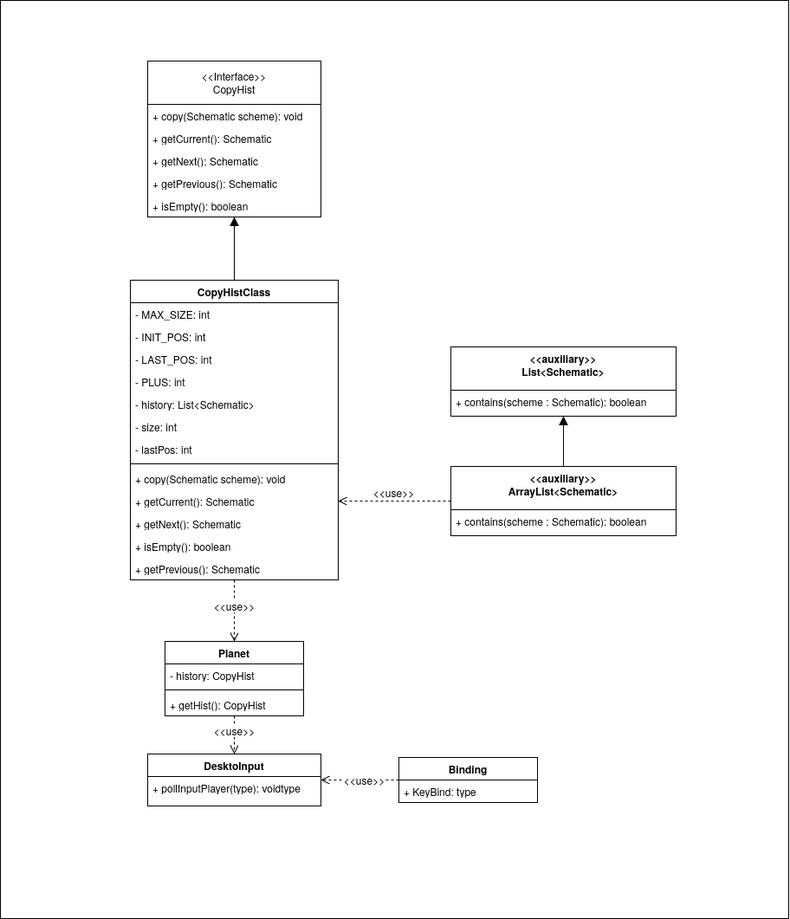
Earlier version of the draw.io export SE202526/Milestone3/UserStory4/Assets/ClassDiagram.png (gabits17/Mindustry-Add-ons-SE-Project). Source tidied: cells renumbered, new cells last; positions are measured from the earlier drawing's top-left corner, leaving out a move shared by most shapes.
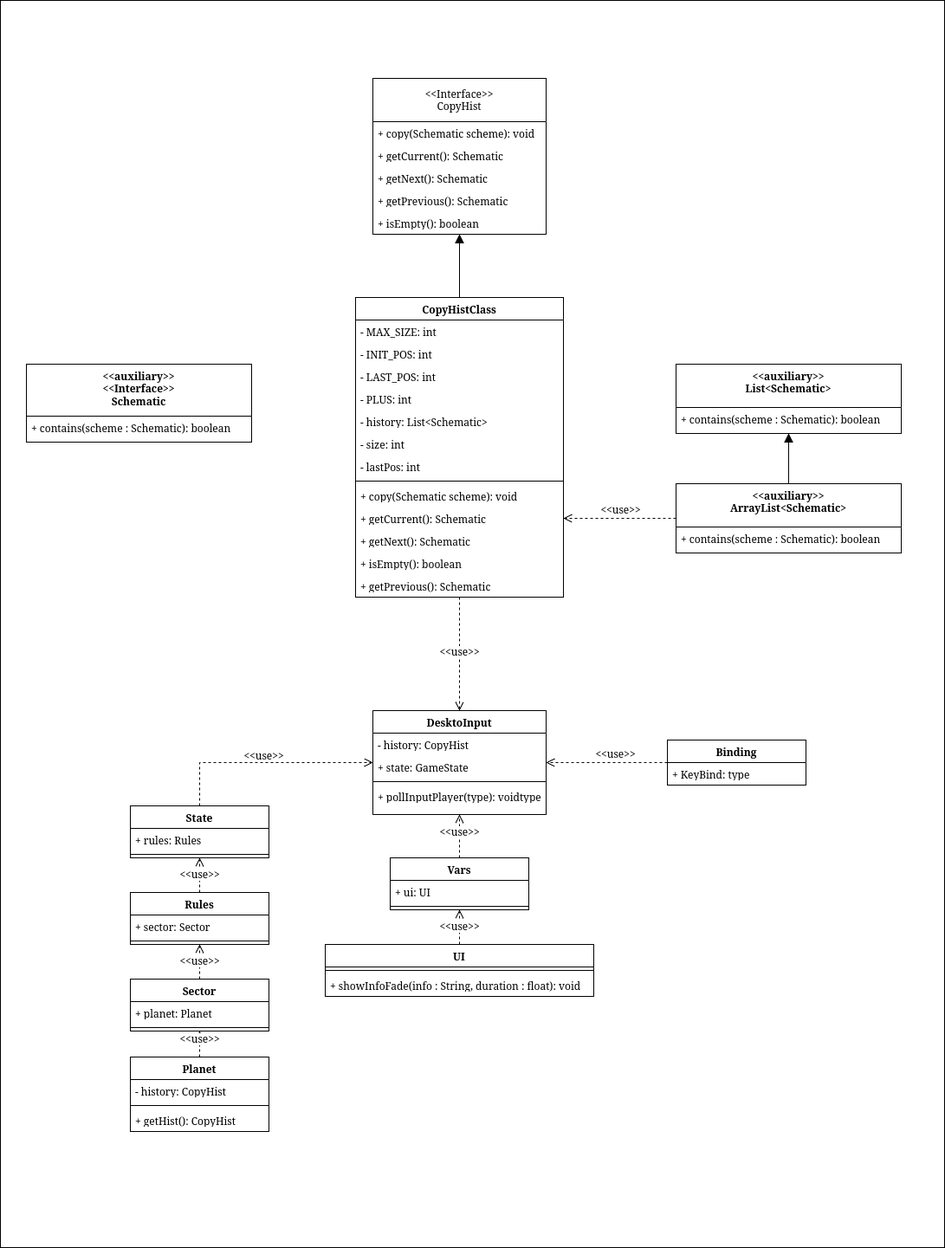
Above is the later version.

Commit message:
keeps working on Class Diagram for US4

The edit, as a diff of the source:
```diff
@@ -2,9 +2,9 @@
   <root>
     <mxCell id="0" />
     <mxCell id="1" parent="0" />
-    <mxCell id="2" style="rounded=0;whiteSpace=wrap;html=1;" parent="1" vertex="1">
-      <mxGeometry width="910" height="1060" as="geometry" />
-    </mxCell>
+    <mxCell id="41" style="rounded=0;whiteSpace=wrap;html=1;" parent="1" vertex="1">
+      <mxGeometry x="-260" y="-20" width="1090" height="1440" as="geometry" />
+    </mxCell>
     <mxCell id="3" value="&amp;lt;&amp;lt;Interface&amp;gt;&amp;gt;&lt;div&gt;CopyHist&lt;/div&gt;" style="swimlane;fontStyle=0;horizontal=1;startSize=50;fillColor=none;whiteSpace=wrap;html=1;" parent="1" vertex="1">
       <mxGeometry x="170" y="70" width="200" height="180" as="geometry" />
     </mxCell>
@@ -66,25 +66,34 @@
       <mxGeometry y="320" width="240" height="26" as="geometry" />
     </mxCell>
     <mxCell id="23" value="Planet" style="swimlane;fontStyle=1;align=center;verticalAlign=top;horizontal=1;startSize=26;whiteSpace=wrap;html=1;" parent="1" vertex="1">
-      <mxGeometry x="190" y="740" width="160" height="86" as="geometry" />
+      <mxGeometry x="-110" y="1200" width="160" height="86" as="geometry" />
     </mxCell>
     <mxCell id="24" value="- history: CopyHist" style="text;strokeColor=none;fillColor=none;align=left;verticalAlign=top;spacingLeft=4;spacingRight=4;overflow=hidden;whiteSpace=wrap;html=1;" parent="23" vertex="1">
       <mxGeometry y="26" width="160" height="26" as="geometry" />
     </mxCell>
-    <mxCell id="25" style="line;strokeWidth=1;fillColor=none;align=left;verticalAlign=middle;spacingTop=-1;spacingLeft=3;spacingRight=3;labelPosition=right;strokeColor=inherit;" parent="23" vertex="1">
-      <mxGeometry y="52" width="160" height="8" as="geometry" />
-    </mxCell>
+    <mxCell id="42" style="line;strokeWidth=1;fillColor=none;align=left;verticalAlign=middle;spacingTop=-1;spacingLeft=3;spacingRight=3;labelPosition=right;strokeColor=inherit;" parent="23" vertex="1">
+      <mxGeometry y="52" width="160" height="8" as="geometry" />
+    </mxCell>
     <mxCell id="26" value="+ getHist(): CopyHist" style="text;strokeColor=none;fillColor=none;align=left;verticalAlign=top;spacingLeft=4;spacingRight=4;overflow=hidden;whiteSpace=wrap;html=1;" parent="23" vertex="1">
       <mxGeometry y="60" width="160" height="26" as="geometry" />
     </mxCell>
     <mxCell id="27" value="DesktoInput" style="swimlane;fontStyle=1;align=center;verticalAlign=top;horizontal=1;startSize=26;whiteSpace=wrap;html=1;" parent="1" vertex="1">
-      <mxGeometry x="170" y="870" width="200" height="60" as="geometry" />
+      <mxGeometry x="170" y="800" width="200" height="120" as="geometry" />
     </mxCell>
+    <mxCell id="43" value="- history: CopyHist" style="text;strokeColor=none;fillColor=none;align=left;verticalAlign=top;spacingLeft=4;spacingRight=4;overflow=hidden;whiteSpace=wrap;html=1;" parent="27" vertex="1">
+      <mxGeometry y="26" width="200" height="26" as="geometry" />
+    </mxCell>
+    <mxCell id="44" value="+ state: GameState" style="text;strokeColor=none;fillColor=none;align=left;verticalAlign=top;spacingLeft=4;spacingRight=4;overflow=hidden;whiteSpace=wrap;html=1;" parent="27" vertex="1">
+      <mxGeometry y="52" width="200" height="26" as="geometry" />
+    </mxCell>
+    <mxCell id="45" style="line;strokeWidth=1;fillColor=none;align=left;verticalAlign=middle;spacingTop=-1;spacingLeft=3;spacingRight=3;labelPosition=right;strokeColor=inherit;" parent="27" vertex="1">
+      <mxGeometry y="78" width="200" height="8" as="geometry" />
+    </mxCell>
     <mxCell id="28" value="+ pollInputPlayer(type): voidtype" style="text;strokeColor=none;fillColor=none;align=left;verticalAlign=top;spacingLeft=4;spacingRight=4;overflow=hidden;whiteSpace=wrap;html=1;" parent="27" vertex="1">
-      <mxGeometry y="26" width="200" height="34" as="geometry" />
+      <mxGeometry y="86" width="200" height="34" as="geometry" />
     </mxCell>
     <mxCell id="29" value="Binding" style="swimlane;fontStyle=1;align=center;verticalAlign=top;horizontal=1;startSize=26;whiteSpace=wrap;html=1;" parent="1" vertex="1">
-      <mxGeometry x="460" y="874" width="160" height="52" as="geometry" />
+      <mxGeometry x="510" y="834" width="160" height="52" as="geometry" />
     </mxCell>
     <mxCell id="30" value="+ KeyBind: type" style="text;strokeColor=none;fillColor=none;align=left;verticalAlign=top;spacingLeft=4;spacingRight=4;overflow=hidden;whiteSpace=wrap;html=1;" parent="29" vertex="1">
       <mxGeometry y="26" width="160" height="26" as="geometry" />
@@ -97,35 +106,105 @@
     <mxCell id="32" value="&lt;div&gt;&amp;lt;&amp;lt;auxiliary&amp;gt;&amp;gt;&lt;/div&gt;&lt;div&gt;ArrayList&amp;lt;Schematic&amp;gt;&lt;/div&gt;" style="swimlane;fontStyle=1;align=center;verticalAlign=top;horizontal=1;startSize=50;whiteSpace=wrap;html=1;" parent="1" vertex="1">
       <mxGeometry x="520" y="538" width="260" height="80" as="geometry" />
     </mxCell>
-    <mxCell id="33" value="+ contains(scheme : Schematic): boolean" style="text;strokeColor=none;fillColor=none;align=left;verticalAlign=top;spacingLeft=4;spacingRight=4;overflow=hidden;whiteSpace=wrap;html=1;" parent="32" vertex="1">
-      <mxGeometry y="50" width="260" height="30" as="geometry" />
-    </mxCell>
+    <mxCell id="46" value="+ contains(scheme : Schematic): boolean" style="text;strokeColor=none;fillColor=none;align=left;verticalAlign=top;spacingLeft=4;spacingRight=4;overflow=hidden;whiteSpace=wrap;html=1;" parent="32" vertex="1">
+      <mxGeometry y="50" width="260" height="30" as="geometry" />
+    </mxCell>
     <mxCell id="34" value="&amp;lt;&amp;lt;use&amp;gt;&amp;gt;" style="html=1;verticalAlign=bottom;endArrow=open;dashed=1;endSize=8;curved=0;rounded=0;fontSize=12;entryX=1;entryY=0.5;entryDx=0;entryDy=0;exitX=0;exitY=0.5;exitDx=0;exitDy=0;" parent="1" edge="1" source="32" target="19">
       <mxGeometry relative="1" as="geometry" />
     </mxCell>
-    <mxCell id="35" value="&amp;lt;&amp;lt;use&amp;gt;&amp;gt;" style="html=1;verticalAlign=bottom;endArrow=open;dashed=1;endSize=8;curved=0;rounded=0;fontSize=12;exitX=0.5;exitY=1;exitDx=0;exitDy=0;entryX=0.5;entryY=0;entryDx=0;entryDy=0;" parent="1" edge="1" source="9" target="23">
+    <mxCell id="35" value="&amp;lt;&amp;lt;use&amp;gt;&amp;gt;" style="html=1;verticalAlign=bottom;endArrow=open;dashed=1;endSize=8;curved=0;rounded=0;fontSize=12;exitX=0.5;exitY=1;exitDx=0;exitDy=0;entryX=0.5;entryY=0;entryDx=0;entryDy=0;" parent="1" edge="1" source="9" target="27">
       <mxGeometry x="0.11" relative="1" as="geometry">
         <Array as="points">
           <mxPoint x="270" y="680" />
         </Array>
       </mxGeometry>
     </mxCell>
-    <mxCell id="36" value="&amp;lt;&amp;lt;use&amp;gt;&amp;gt;" style="html=1;verticalAlign=bottom;endArrow=open;dashed=1;endSize=8;curved=0;rounded=0;fontSize=12;entryX=0.5;entryY=0;entryDx=0;entryDy=0;exitX=0.5;exitY=1;exitDx=0;exitDy=0;" parent="1" edge="1" source="23" target="27">
-      <mxGeometry x="0.26" relative="1" as="geometry" />
-    </mxCell>
+    <mxCell id="47" value="&amp;lt;&amp;lt;use&amp;gt;&amp;gt;" style="html=1;verticalAlign=bottom;endArrow=open;dashed=1;endSize=8;curved=0;rounded=0;fontSize=12;entryX=0.5;entryY=1;entryDx=0;entryDy=0;exitX=0.5;exitY=0;exitDx=0;exitDy=0;" parent="1" edge="1" source="23" target="52">
+      <mxGeometry x="-0.33" relative="1" as="geometry" />
+    </mxCell>
     <mxCell id="37" value="&amp;lt;&amp;lt;use&amp;gt;&amp;gt;" style="html=1;verticalAlign=bottom;endArrow=open;dashed=1;endSize=8;curved=0;rounded=0;fontSize=12;entryX=1;entryY=0.5;entryDx=0;entryDy=0;exitX=0;exitY=0.5;exitDx=0;exitDy=0;" parent="1" edge="1" source="29" target="27">
-      <mxGeometry x="-0.11" y="10" relative="1" as="geometry" />
+      <mxGeometry x="-0.14" relative="1" as="geometry" />
     </mxCell>
     <mxCell id="38" value="&lt;div&gt;&amp;lt;&amp;lt;auxiliary&amp;gt;&amp;gt;&lt;/div&gt;&lt;div&gt;List&amp;lt;Schematic&amp;gt;&lt;/div&gt;" style="swimlane;fontStyle=1;align=center;verticalAlign=top;horizontal=1;startSize=50;whiteSpace=wrap;html=1;" parent="1" vertex="1">
       <mxGeometry x="520" y="400" width="260" height="80" as="geometry" />
     </mxCell>
-    <mxCell id="39" value="+ contains(scheme : Schematic): boolean" style="text;strokeColor=none;fillColor=none;align=left;verticalAlign=top;spacingLeft=4;spacingRight=4;overflow=hidden;whiteSpace=wrap;html=1;" parent="38" vertex="1">
-      <mxGeometry y="50" width="260" height="30" as="geometry" />
-    </mxCell>
+    <mxCell id="48" value="+ contains(scheme : Schematic): boolean" style="text;strokeColor=none;fillColor=none;align=left;verticalAlign=top;spacingLeft=4;spacingRight=4;overflow=hidden;whiteSpace=wrap;html=1;" parent="38" vertex="1">
+      <mxGeometry y="50" width="260" height="30" as="geometry" />
+    </mxCell>
     <mxCell id="40" style="endArrow=block;endFill=1;html=1;edgeStyle=orthogonalEdgeStyle;align=left;verticalAlign=top;rounded=0;fontSize=12;startSize=8;endSize=8;curved=1;exitX=0.5;exitY=0;exitDx=0;exitDy=0;entryX=0.5;entryY=1;entryDx=0;entryDy=0;" parent="1" edge="1" source="32" target="38">
       <mxGeometry x="-1" y="-112" relative="1" as="geometry">
         <mxPoint x="-50" y="-12" as="offset" />
       </mxGeometry>
     </mxCell>
+    <mxCell id="49" value="State" style="swimlane;fontStyle=1;align=center;verticalAlign=top;horizontal=1;startSize=26;whiteSpace=wrap;html=1;" parent="1" vertex="1">
+      <mxGeometry x="-110" y="910" width="160" height="60" as="geometry" />
+    </mxCell>
+    <mxCell id="50" value="+ rules: Rules" style="text;strokeColor=none;fillColor=none;align=left;verticalAlign=top;spacingLeft=4;spacingRight=4;overflow=hidden;whiteSpace=wrap;html=1;" parent="49" vertex="1">
+      <mxGeometry y="26" width="160" height="26" as="geometry" />
+    </mxCell>
+    <mxCell id="51" style="line;strokeWidth=1;fillColor=none;align=left;verticalAlign=middle;spacingTop=-1;spacingLeft=3;spacingRight=3;labelPosition=right;strokeColor=inherit;" parent="49" vertex="1">
+      <mxGeometry y="52" width="160" height="8" as="geometry" />
+    </mxCell>
+    <mxCell id="52" value="Sector" style="swimlane;fontStyle=1;align=center;verticalAlign=top;horizontal=1;startSize=26;whiteSpace=wrap;html=1;" parent="1" vertex="1">
+      <mxGeometry x="-110" y="1110" width="160" height="60" as="geometry" />
+    </mxCell>
+    <mxCell id="53" value="+ planet: Planet" style="text;strokeColor=none;fillColor=none;align=left;verticalAlign=top;spacingLeft=4;spacingRight=4;overflow=hidden;whiteSpace=wrap;html=1;" parent="52" vertex="1">
+      <mxGeometry y="26" width="160" height="26" as="geometry" />
+    </mxCell>
+    <mxCell id="54" style="line;strokeWidth=1;fillColor=none;align=left;verticalAlign=middle;spacingTop=-1;spacingLeft=3;spacingRight=3;labelPosition=right;strokeColor=inherit;" parent="52" vertex="1">
+      <mxGeometry y="52" width="160" height="8" as="geometry" />
+    </mxCell>
+    <mxCell id="55" value="&lt;div&gt;&amp;lt;&amp;lt;auxiliary&amp;gt;&amp;gt;&lt;/div&gt;&lt;div&gt;&amp;lt;&amp;lt;Interface&amp;gt;&amp;gt;&lt;/div&gt;&lt;div&gt;Schematic&lt;/div&gt;" style="swimlane;fontStyle=1;align=center;verticalAlign=top;horizontal=1;startSize=60;whiteSpace=wrap;html=1;" parent="1" vertex="1">
+      <mxGeometry x="-230" y="400" width="260" height="90" as="geometry" />
+    </mxCell>
+    <mxCell id="56" value="+ contains(scheme : Schematic): boolean" style="text;strokeColor=none;fillColor=none;align=left;verticalAlign=top;spacingLeft=4;spacingRight=4;overflow=hidden;whiteSpace=wrap;html=1;" parent="55" vertex="1">
+      <mxGeometry y="60" width="260" height="30" as="geometry" />
+    </mxCell>
+    <mxCell id="57" value="Vars" style="swimlane;fontStyle=1;align=center;verticalAlign=top;horizontal=1;startSize=26;whiteSpace=wrap;html=1;" parent="1" vertex="1">
+      <mxGeometry x="190" y="970" width="160" height="60" as="geometry" />
+    </mxCell>
+    <mxCell id="58" value="+ ui: UI" style="text;strokeColor=none;fillColor=none;align=left;verticalAlign=top;spacingLeft=4;spacingRight=4;overflow=hidden;whiteSpace=wrap;html=1;" parent="57" vertex="1">
+      <mxGeometry y="26" width="160" height="26" as="geometry" />
+    </mxCell>
+    <mxCell id="59" style="line;strokeWidth=1;fillColor=none;align=left;verticalAlign=middle;spacingTop=-1;spacingLeft=3;spacingRight=3;labelPosition=right;strokeColor=inherit;" parent="57" vertex="1">
+      <mxGeometry y="52" width="160" height="8" as="geometry" />
+    </mxCell>
+    <mxCell id="60" value="UI" style="swimlane;fontStyle=1;align=center;verticalAlign=top;horizontal=1;startSize=26;whiteSpace=wrap;html=1;" parent="1" vertex="1">
+      <mxGeometry x="115" y="1070" width="310" height="60" as="geometry" />
+    </mxCell>
+    <mxCell id="61" style="line;strokeWidth=1;fillColor=none;align=left;verticalAlign=middle;spacingTop=-1;spacingLeft=3;spacingRight=3;labelPosition=right;strokeColor=inherit;" parent="60" vertex="1">
+      <mxGeometry y="26" width="310" height="8" as="geometry" />
+    </mxCell>
+    <mxCell id="62" value="+ showInfoFade(info : String, duration : float): void" style="text;strokeColor=none;fillColor=none;align=left;verticalAlign=top;spacingLeft=4;spacingRight=4;overflow=hidden;whiteSpace=wrap;html=1;" parent="60" vertex="1">
+      <mxGeometry y="34" width="310" height="26" as="geometry" />
+    </mxCell>
+    <mxCell id="63" value="&amp;lt;&amp;lt;use&amp;gt;&amp;gt;" style="html=1;verticalAlign=bottom;endArrow=open;dashed=1;endSize=8;curved=0;rounded=0;fontSize=12;exitX=0.5;exitY=0;exitDx=0;exitDy=0;entryX=0.5;entryY=1;entryDx=0;entryDy=0;" parent="1" edge="1" source="57" target="27">
+      <mxGeometry x="-0.2" relative="1" as="geometry" />
+    </mxCell>
+    <mxCell id="64" value="&amp;lt;&amp;lt;use&amp;gt;&amp;gt;" style="html=1;verticalAlign=bottom;endArrow=open;dashed=1;endSize=8;curved=0;rounded=0;fontSize=12;entryX=0.5;entryY=1;entryDx=0;entryDy=0;exitX=0.5;exitY=0;exitDx=0;exitDy=0;" parent="1" edge="1" source="60" target="57">
+      <mxGeometry x="-0.5" relative="1" as="geometry" />
+    </mxCell>
+    <mxCell id="65" value="Rules" style="swimlane;fontStyle=1;align=center;verticalAlign=top;horizontal=1;startSize=26;whiteSpace=wrap;html=1;" parent="1" vertex="1">
+      <mxGeometry x="-110" y="1010" width="160" height="60" as="geometry" />
+    </mxCell>
+    <mxCell id="66" value="+ sector: Sector" style="text;strokeColor=none;fillColor=none;align=left;verticalAlign=top;spacingLeft=4;spacingRight=4;overflow=hidden;whiteSpace=wrap;html=1;" parent="65" vertex="1">
+      <mxGeometry y="26" width="160" height="26" as="geometry" />
+    </mxCell>
+    <mxCell id="67" style="line;strokeWidth=1;fillColor=none;align=left;verticalAlign=middle;spacingTop=-1;spacingLeft=3;spacingRight=3;labelPosition=right;strokeColor=inherit;" parent="65" vertex="1">
+      <mxGeometry y="52" width="160" height="8" as="geometry" />
+    </mxCell>
+    <mxCell id="68" value="&amp;lt;&amp;lt;use&amp;gt;&amp;gt;" style="html=1;verticalAlign=bottom;endArrow=open;dashed=1;endSize=8;curved=0;rounded=0;fontSize=12;entryX=0;entryY=0.5;entryDx=0;entryDy=0;exitX=0.5;exitY=0;exitDx=0;exitDy=0;" parent="1" edge="1" source="49" target="27">
+      <mxGeometry x="-0.01" y="-2" relative="1" as="geometry">
+        <Array as="points">
+          <mxPoint x="-30" y="860" />
+        </Array>
+      </mxGeometry>
+    </mxCell>
+    <mxCell id="69" value="&amp;lt;&amp;lt;use&amp;gt;&amp;gt;" style="html=1;verticalAlign=bottom;endArrow=open;dashed=1;endSize=8;curved=0;rounded=0;fontSize=12;entryX=0.5;entryY=1;entryDx=0;entryDy=0;exitX=0.5;exitY=0;exitDx=0;exitDy=0;" parent="1" edge="1" source="52" target="65">
+      <mxGeometry x="-0.5" relative="1" as="geometry" />
+    </mxCell>
+    <mxCell id="70" value="&amp;lt;&amp;lt;use&amp;gt;&amp;gt;" style="html=1;verticalAlign=bottom;endArrow=open;dashed=1;endSize=8;curved=0;rounded=0;fontSize=12;entryX=0.5;entryY=1;entryDx=0;entryDy=0;exitX=0.5;exitY=0;exitDx=0;exitDy=0;" parent="1" edge="1" source="65" target="49">
+      <mxGeometry x="-0.5" relative="1" as="geometry" />
+    </mxCell>
   </root>
 </mxGraphModel>
```
